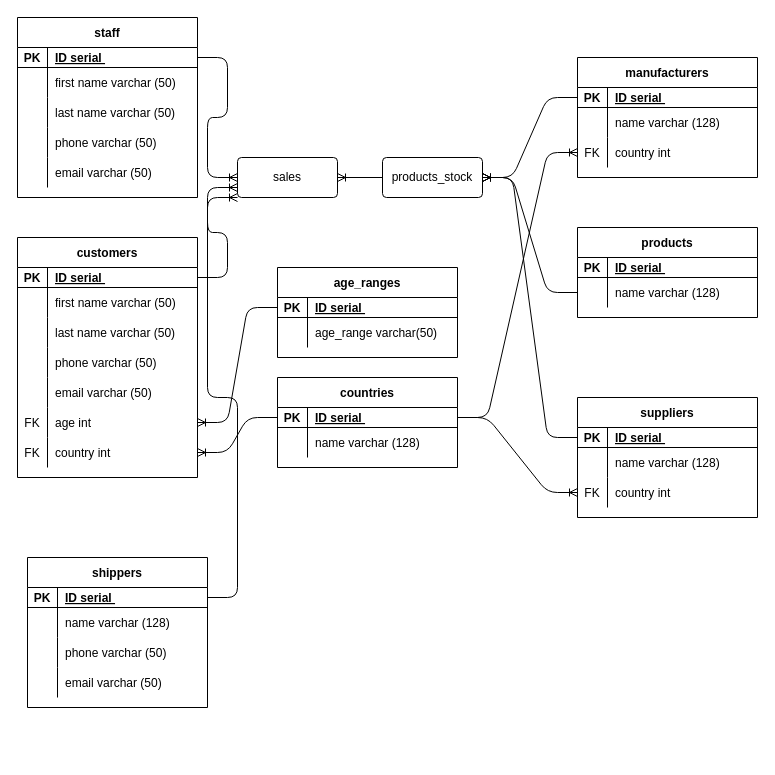
Before: Store.drawio in Emma664/World-population, a draw.io diagram. Source tidied: cells renumbered, new cells numbered last; positions are measured from the earlier drawing's top-left corner, leaving out a move shared by most shapes. Both pictures are drawn from the tidied source at 100%, with x=0, y=0 at pixel (17, 17).
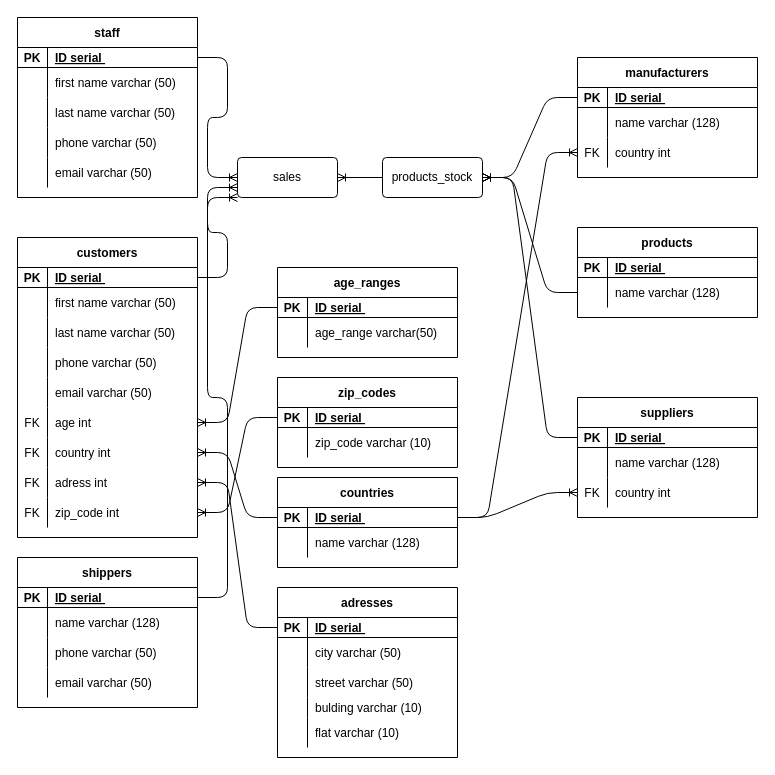
The same diagram, later.

The change refers to these unchanged cells:
```xml
<mxCell id="79" style="shape=partialRectangle;fillColor=none;top=0;left=0;bottom=0;right=0;points=[[0,0.5],[1,0.5]];portConstraint=eastwest;" parent="63" vertex="1">
  <mxGeometry y="170" width="180" height="30" as="geometry" />
</mxCell>
<mxCell id="86" style="shape=partialRectangle;fillColor=none;top=0;left=0;bottom=1;right=0;points=[[0,0.5],[1,0.5]];portConstraint=eastwest;" parent="85" vertex="1">
  <mxGeometry y="30" width="180" height="20" as="geometry" />
</mxCell>
```

Change to the diagram source:
```diff
@@
-    <mxCell id="39" value="countries" style="shape=table;startSize=30;childLayout=tableLayout;rowLines=0;fontStyle=1;align=center;" parent="1" vertex="1">
-      <mxGeometry x="260" y="360" width="180" height="90" as="geometry" />
-    </mxCell>
-    <mxCell id="40" style="shape=partialRectangle;fillColor=none;top=0;left=0;bottom=1;right=0;points=[[0,0.5],[1,0.5]];portConstraint=eastwest;" parent="39" vertex="1">
-      <mxGeometry y="30" width="180" height="20" as="geometry" />
-    </mxCell>
-    <mxCell id="41" value="PK" style="shape=partialRectangle;fillColor=none;top=0;left=0;bottom=0;right=0;fontStyle=1;overflow=hidden;" parent="40" vertex="1">
-      <mxGeometry width="30" height="20" as="geometry" />
-    </mxCell>
-    <mxCell id="42" value="ID serial " style="shape=partialRectangle;fillColor=none;top=0;left=0;bottom=0;right=0;align=left;spacingLeft=6;fontStyle=5;overflow=hidden;" parent="40" vertex="1">
-      <mxGeometry x="30" width="150" height="20" as="geometry" />
-    </mxCell>
-    <mxCell id="43" style="shape=partialRectangle;fillColor=none;top=0;left=0;bottom=0;right=0;" parent="39" vertex="1">
-      <mxGeometry y="50" width="180" height="30" as="geometry" />
-    </mxCell>
-    <mxCell id="44" style="shape=partialRectangle;fillColor=none;top=0;left=0;bottom=0;right=0;overflow=hidden;" parent="43" vertex="1">
-      <mxGeometry width="30" height="30" as="geometry" />
-    </mxCell>
-    <mxCell id="45" value="name varchar (128)" style="shape=partialRectangle;fillColor=none;top=0;left=0;bottom=0;right=0;align=left;spacingLeft=6;overflow=hidden;" parent="43" vertex="1">
-      <mxGeometry x="30" width="150" height="30" as="geometry" />
-    </mxCell>
@@
     <mxCell id="63" value="customers" style="shape=table;startSize=30;childLayout=tableLayout;rowLines=0;fontStyle=1;align=center;" parent="1" vertex="1">
-      <mxGeometry y="220" width="180" height="240" as="geometry" />
+      <mxGeometry y="220" width="180" height="300" as="geometry" />
     </mxCell>
@@
+    <mxCell id="107" style="shape=partialRectangle;fillColor=none;top=0;left=0;bottom=0;right=0;points=[[0,0.5],[1,0.5]];portConstraint=eastwest;" parent="63" vertex="1">
+      <mxGeometry y="230" width="180" height="30" as="geometry" />
+    </mxCell>
+    <mxCell id="108" value="FK" style="shape=partialRectangle;fillColor=none;top=0;left=0;bottom=0;right=0;overflow=hidden;" parent="107" vertex="1">
+      <mxGeometry width="30" height="30" as="geometry" />
+    </mxCell>
+    <mxCell id="109" value="adress int" style="shape=partialRectangle;fillColor=none;top=0;left=0;bottom=0;right=0;align=left;spacingLeft=6;overflow=hidden;" parent="107" vertex="1">
+      <mxGeometry x="30" width="150" height="30" as="geometry" />
+    </mxCell>
+    <mxCell id="110" style="shape=partialRectangle;fillColor=none;top=0;left=0;bottom=0;right=0;points=[[0,0.5],[1,0.5]];portConstraint=eastwest;" parent="63" vertex="1">
+      <mxGeometry y="260" width="180" height="30" as="geometry" />
+    </mxCell>
+    <mxCell id="111" value="FK" style="shape=partialRectangle;fillColor=none;top=0;left=0;bottom=0;right=0;overflow=hidden;" parent="110" vertex="1">
+      <mxGeometry width="30" height="30" as="geometry" />
+    </mxCell>
+    <mxCell id="112" value="zip_code int" style="shape=partialRectangle;fillColor=none;top=0;left=0;bottom=0;right=0;align=left;spacingLeft=6;overflow=hidden;" parent="110" vertex="1">
+      <mxGeometry x="30" width="150" height="30" as="geometry" />
+    </mxCell>
@@
+    <mxCell id="106" style="edgeStyle=entityRelationEdgeStyle;fontSize=12;html=1;endArrow=ERoneToMany;" parent="1" edge="1" source="86" target="79">
+      <mxGeometry relative="1" as="geometry" />
+    </mxCell>
+    <mxCell id="113" value="zip_codes" style="shape=table;startSize=30;childLayout=tableLayout;rowLines=0;fontStyle=1;align=center;" parent="1" vertex="1">
+      <mxGeometry x="260" y="360" width="180" height="90" as="geometry" />
+    </mxCell>
+    <mxCell id="114" style="shape=partialRectangle;fillColor=none;top=0;left=0;bottom=1;right=0;points=[[0,0.5],[1,0.5]];portConstraint=eastwest;" parent="113" vertex="1">
+      <mxGeometry y="30" width="180" height="20" as="geometry" />
+    </mxCell>
+    <mxCell id="115" value="PK" style="shape=partialRectangle;fillColor=none;top=0;left=0;bottom=0;right=0;fontStyle=1;overflow=hidden;" parent="114" vertex="1">
+      <mxGeometry width="30" height="20" as="geometry" />
+    </mxCell>
+    <mxCell id="116" value="ID serial " style="shape=partialRectangle;fillColor=none;top=0;left=0;bottom=0;right=0;align=left;spacingLeft=6;fontStyle=5;overflow=hidden;" parent="114" vertex="1">
+      <mxGeometry x="30" width="150" height="20" as="geometry" />
+    </mxCell>
+    <mxCell id="117" style="shape=partialRectangle;fillColor=none;top=0;left=0;bottom=0;right=0;" parent="113" vertex="1">
+      <mxGeometry y="50" width="180" height="30" as="geometry" />
+    </mxCell>
+    <mxCell id="118" style="shape=partialRectangle;fillColor=none;top=0;left=0;bottom=0;right=0;overflow=hidden;" parent="117" vertex="1">
+      <mxGeometry width="30" height="30" as="geometry" />
+    </mxCell>
+    <mxCell id="119" value="zip_code varchar (10)" style="shape=partialRectangle;fillColor=none;top=0;left=0;bottom=0;right=0;align=left;spacingLeft=6;overflow=hidden;" parent="117" vertex="1">
+      <mxGeometry x="30" width="150" height="30" as="geometry" />
+    </mxCell>
+    <mxCell id="39" value="countries" style="shape=table;startSize=30;childLayout=tableLayout;rowLines=0;fontStyle=1;align=center;" parent="1" vertex="1">
+      <mxGeometry x="260" y="460" width="180" height="90" as="geometry" />
+    </mxCell>
+    <mxCell id="40" style="shape=partialRectangle;fillColor=none;top=0;left=0;bottom=1;right=0;points=[[0,0.5],[1,0.5]];portConstraint=eastwest;" parent="39" vertex="1">
+      <mxGeometry y="30" width="180" height="20" as="geometry" />
+    </mxCell>
+    <mxCell id="41" value="PK" style="shape=partialRectangle;fillColor=none;top=0;left=0;bottom=0;right=0;fontStyle=1;overflow=hidden;" parent="40" vertex="1">
+      <mxGeometry width="30" height="20" as="geometry" />
+    </mxCell>
+    <mxCell id="42" value="ID serial " style="shape=partialRectangle;fillColor=none;top=0;left=0;bottom=0;right=0;align=left;spacingLeft=6;fontStyle=5;overflow=hidden;" parent="40" vertex="1">
+      <mxGeometry x="30" width="150" height="20" as="geometry" />
+    </mxCell>
+    <mxCell id="43" style="shape=partialRectangle;fillColor=none;top=0;left=0;bottom=0;right=0;" parent="39" vertex="1">
+      <mxGeometry y="50" width="180" height="30" as="geometry" />
+    </mxCell>
+    <mxCell id="44" style="shape=partialRectangle;fillColor=none;top=0;left=0;bottom=0;right=0;overflow=hidden;" parent="43" vertex="1">
+      <mxGeometry width="30" height="30" as="geometry" />
+    </mxCell>
+    <mxCell id="45" value="name varchar (128)" style="shape=partialRectangle;fillColor=none;top=0;left=0;bottom=0;right=0;align=left;spacingLeft=6;overflow=hidden;" parent="43" vertex="1">
+      <mxGeometry x="30" width="150" height="30" as="geometry" />
+    </mxCell>
     <mxCell id="92" value="shippers" style="shape=table;startSize=30;childLayout=tableLayout;rowLines=0;fontStyle=1;align=center;" parent="1" vertex="1">
-      <mxGeometry x="10" y="540" width="180" height="150" as="geometry" />
+      <mxGeometry y="540" width="180" height="150" as="geometry" />
     </mxCell>
@@
+    <mxCell id="120" value="adresses" style="shape=table;startSize=30;childLayout=tableLayout;rowLines=0;fontStyle=1;align=center;" parent="1" vertex="1">
+      <mxGeometry x="260" y="570" width="180" height="170" as="geometry" />
+    </mxCell>
+    <mxCell id="121" style="shape=partialRectangle;fillColor=none;top=0;left=0;bottom=1;right=0;points=[[0,0.5],[1,0.5]];portConstraint=eastwest;" parent="120" vertex="1">
+      <mxGeometry y="30" width="180" height="20" as="geometry" />
+    </mxCell>
+    <mxCell id="122" value="PK" style="shape=partialRectangle;fillColor=none;top=0;left=0;bottom=0;right=0;fontStyle=1;overflow=hidden;" parent="121" vertex="1">
+      <mxGeometry width="30" height="20" as="geometry" />
+    </mxCell>
+    <mxCell id="123" value="ID serial " style="shape=partialRectangle;fillColor=none;top=0;left=0;bottom=0;right=0;align=left;spacingLeft=6;fontStyle=5;overflow=hidden;" parent="121" vertex="1">
+      <mxGeometry x="30" width="150" height="20" as="geometry" />
+    </mxCell>
+    <mxCell id="124" style="shape=partialRectangle;fillColor=none;top=0;left=0;bottom=0;right=0;" parent="120" vertex="1">
+      <mxGeometry y="50" width="180" height="30" as="geometry" />
+    </mxCell>
+    <mxCell id="125" style="shape=partialRectangle;fillColor=none;top=0;left=0;bottom=0;right=0;overflow=hidden;" parent="124" vertex="1">
+      <mxGeometry width="30" height="30" as="geometry" />
+    </mxCell>
+    <mxCell id="126" value="city varchar (50)" style="shape=partialRectangle;fillColor=none;top=0;left=0;bottom=0;right=0;align=left;spacingLeft=6;overflow=hidden;" parent="124" vertex="1">
+      <mxGeometry x="30" width="150" height="30" as="geometry" />
+    </mxCell>
+    <mxCell id="127" style="shape=partialRectangle;fillColor=none;top=0;left=0;bottom=0;right=0;" parent="120" vertex="1">
+      <mxGeometry y="80" width="180" height="30" as="geometry" />
+    </mxCell>
+    <mxCell id="128" style="shape=partialRectangle;fillColor=none;top=0;left=0;bottom=0;right=0;overflow=hidden;" parent="127" vertex="1">
+      <mxGeometry width="30" height="30" as="geometry" />
+    </mxCell>
+    <mxCell id="129" value="street varchar (50)" style="shape=partialRectangle;fillColor=none;top=0;left=0;bottom=0;right=0;align=left;spacingLeft=6;overflow=hidden;" parent="127" vertex="1">
+      <mxGeometry x="30" width="150" height="30" as="geometry" />
+    </mxCell>
+    <mxCell id="130" style="shape=partialRectangle;fillColor=none;top=0;left=0;bottom=0;right=0;" parent="120" vertex="1">
+      <mxGeometry y="110" width="180" height="20" as="geometry" />
+    </mxCell>
+    <mxCell id="131" style="shape=partialRectangle;fillColor=none;top=0;left=0;bottom=0;right=0;overflow=hidden;" parent="130" vertex="1">
+      <mxGeometry width="30" height="20" as="geometry" />
+    </mxCell>
+    <mxCell id="132" value="bulding varchar (10)" style="shape=partialRectangle;fillColor=none;top=0;left=0;bottom=0;right=0;align=left;spacingLeft=6;overflow=hidden;" parent="130" vertex="1">
+      <mxGeometry x="30" width="150" height="20" as="geometry" />
+    </mxCell>
+    <mxCell id="133" style="shape=partialRectangle;fillColor=none;top=0;left=0;bottom=0;right=0;" parent="120" vertex="1">
+      <mxGeometry y="130" width="180" height="30" as="geometry" />
+    </mxCell>
+    <mxCell id="134" style="shape=partialRectangle;fillColor=none;top=0;left=0;bottom=0;right=0;overflow=hidden;" parent="133" vertex="1">
+      <mxGeometry width="30" height="30" as="geometry" />
+    </mxCell>
+    <mxCell id="135" value="flat varchar (10)" style="shape=partialRectangle;fillColor=none;top=0;left=0;bottom=0;right=0;align=left;spacingLeft=6;overflow=hidden;" parent="133" vertex="1">
+      <mxGeometry x="30" width="150" height="30" as="geometry" />
+    </mxCell>
+    <mxCell id="136" style="edgeStyle=entityRelationEdgeStyle;fontSize=12;html=1;endArrow=ERoneToMany;" parent="1" edge="1" source="114" target="110">
+      <mxGeometry relative="1" as="geometry" />
+    </mxCell>
@@
-    <mxCell id="106" style="edgeStyle=entityRelationEdgeStyle;fontSize=12;html=1;endArrow=ERoneToMany;" parent="1" edge="1" source="86" target="79">
-      <mxGeometry relative="1" as="geometry" />
-    </mxCell>
+    <mxCell id="137" style="edgeStyle=entityRelationEdgeStyle;fontSize=12;html=1;endArrow=ERoneToMany;" parent="1" edge="1" source="121" target="107">
+      <mxGeometry relative="1" as="geometry" />
+    </mxCell>
```
